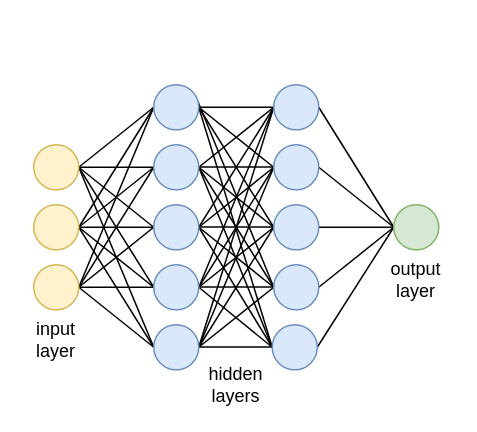
joshtingey/phd-thesis keeps this draw.io diagram as diagrams/7-cvn/network.drawio. Above is the earlier version. Source tidied: cells renumbered, new cells numbered last; positions are measured from the earlier drawing's top-left corner, leaving out a move shared by most shapes. Both pictures are drawn from the tidied source at 150%, with x=0, y=0 at pixel (26, 84).
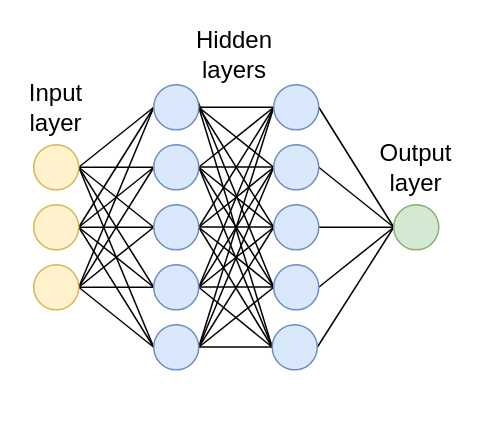
After the change.

The edit, as a diff of the source:
```diff
@@
-    <mxCell id="47" value="&lt;div&gt;input&lt;/div&gt;&lt;div&gt;layer&lt;br&gt;&lt;/div&gt;" style="text;html=1;strokeColor=none;fillColor=none;align=center;verticalAlign=middle;whiteSpace=wrap;rounded=0;fontFamily=lmodern;" parent="1" vertex="1">
-      <mxGeometry y="160" width="40" height="20" as="geometry" />
+    <mxCell id="47" value="&lt;div style=&quot;font-size: 16px&quot;&gt;&lt;font style=&quot;font-size: 16px&quot;&gt;Input&lt;/font&gt;&lt;/div&gt;&lt;div style=&quot;font-size: 16px&quot;&gt;&lt;font style=&quot;font-size: 16px&quot;&gt;layer&lt;br&gt;&lt;/font&gt;&lt;/div&gt;" style="text;html=1;strokeColor=none;fillColor=none;align=center;verticalAlign=middle;whiteSpace=wrap;rounded=0;fontFamily=lmodern;" parent="1" vertex="1">
+      <mxGeometry y="5" width="40" height="20" as="geometry" />
     </mxCell>
-    <mxCell id="48" value="&lt;div&gt;hidden&lt;br&gt;&lt;/div&gt;&lt;div&gt;layers&lt;br&gt;&lt;/div&gt;" style="text;html=1;strokeColor=none;fillColor=none;align=center;verticalAlign=middle;whiteSpace=wrap;rounded=0;fontFamily=lmodern;" parent="1" vertex="1">
-      <mxGeometry x="120" y="190" width="40" height="20" as="geometry" />
+    <mxCell id="48" value="&lt;div style=&quot;font-size: 16px&quot;&gt;&lt;font style=&quot;font-size: 16px&quot;&gt;Hidden&lt;br&gt;&lt;/font&gt;&lt;/div&gt;&lt;div style=&quot;font-size: 16px&quot;&gt;&lt;font style=&quot;font-size: 16px&quot;&gt;layers&lt;br&gt;&lt;/font&gt;&lt;/div&gt;" style="text;html=1;strokeColor=none;fillColor=none;align=center;verticalAlign=middle;whiteSpace=wrap;rounded=0;fontFamily=lmodern;" parent="1" vertex="1">
+      <mxGeometry x="114" y="-30" width="50" height="20" as="geometry" />
     </mxCell>
-    <mxCell id="49" value="&lt;div&gt;output&lt;/div&gt;&lt;div&gt;layer&lt;br&gt;&lt;/div&gt;" style="text;html=1;strokeColor=none;fillColor=none;align=center;verticalAlign=middle;whiteSpace=wrap;rounded=0;fontFamily=lmodern;" parent="1" vertex="1">
-      <mxGeometry x="240" y="120" width="40" height="20" as="geometry" />
+    <mxCell id="49" value="&lt;div style=&quot;font-size: 16px&quot;&gt;&lt;font style=&quot;font-size: 16px&quot;&gt;Output&lt;/font&gt;&lt;/div&gt;&lt;div style=&quot;font-size: 16px&quot;&gt;&lt;font style=&quot;font-size: 16px&quot;&gt;layer&lt;br&gt;&lt;/font&gt;&lt;/div&gt;" style="text;html=1;strokeColor=none;fillColor=none;align=center;verticalAlign=middle;whiteSpace=wrap;rounded=0;fontFamily=lmodern;" parent="1" vertex="1">
+      <mxGeometry x="240" y="45" width="40" height="20" as="geometry" />
     </mxCell>
```
